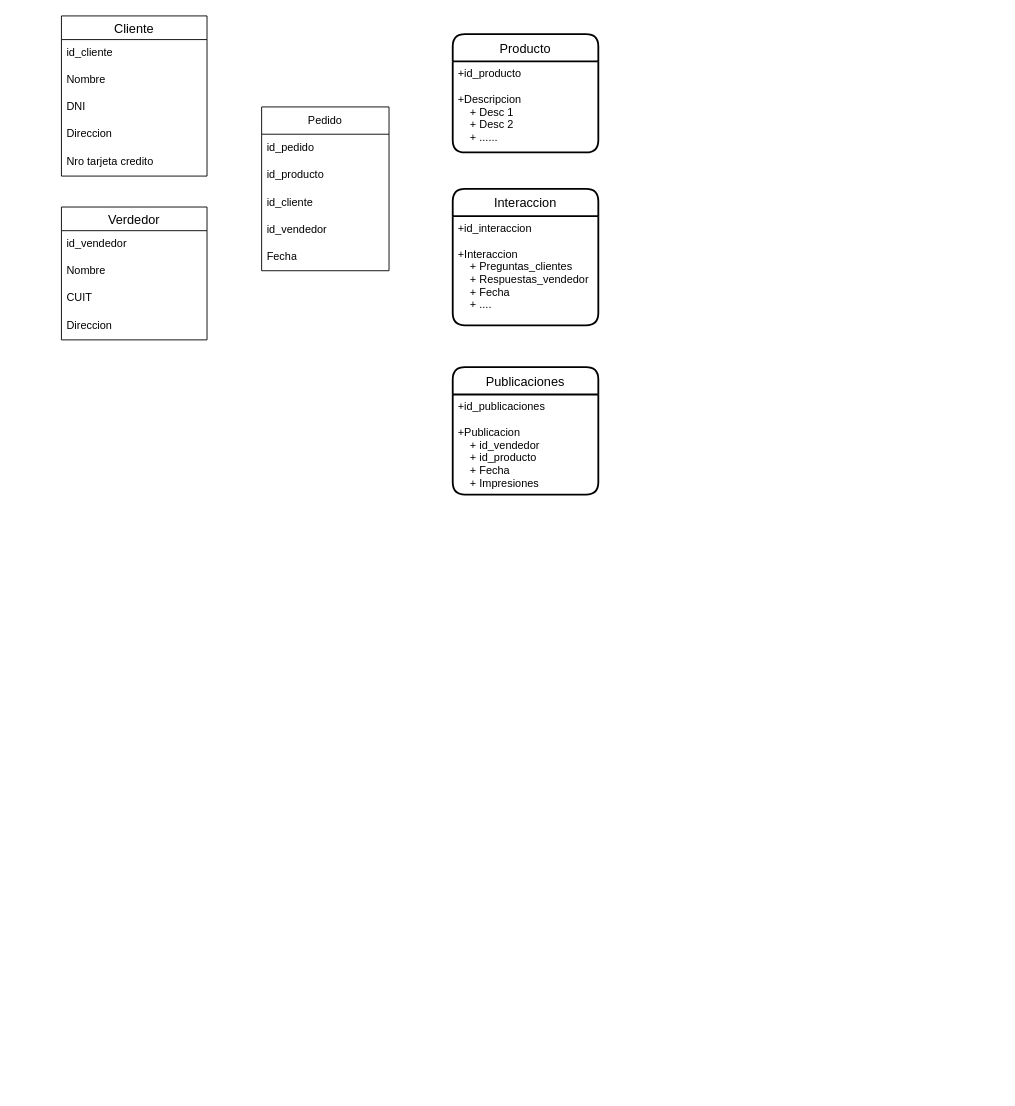
Before: page "Página-1" (1 of 2) of diagrama_e-commerce.drawio in lrivela/tp-bdia, a draw.io diagram. Source tidied: cells renumbered, new cells numbered last; positions are measured from the earlier drawing's top-left corner, leaving out a move shared by most shapes. Both pictures are drawn from the tidied source at 91%, with x=0, y=0 at pixel (61, 15).
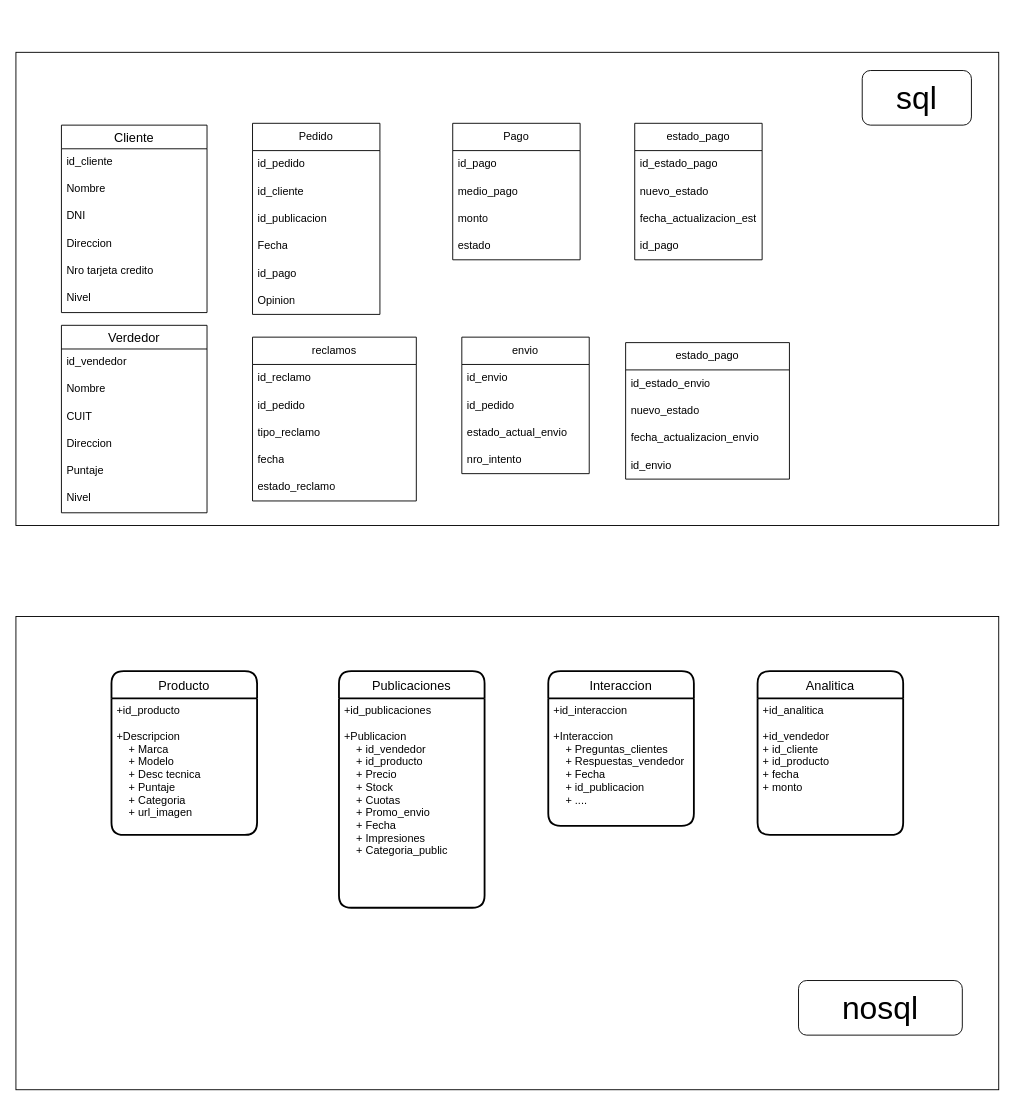
Above is the later version.

Commit message:
Diagrama tablas

The edit, as a diff of the source:
```diff
@@
+    <mxCell id="25" style="whiteSpace=wrap;html=1;fontSize=35;" parent="1" vertex="1">
+      <mxGeometry x="-50" y="660" width="1080" height="520" as="geometry" />
+    </mxCell>
+    <mxCell id="26" style="whiteSpace=wrap;html=1;fontSize=35;align=right;" parent="1" vertex="1">
+      <mxGeometry x="-50" y="40" width="1080" height="520" as="geometry" />
+    </mxCell>
     <mxCell id="2" value="Cliente" style="swimlane;fontStyle=0;horizontal=1;startSize=26;align=center;fontSize=14;" parent="1" vertex="1">
-      <mxGeometry width="160" height="176" as="geometry" />
+      <mxGeometry y="120" width="160" height="206" as="geometry" />
     </mxCell>
@@
+    <mxCell id="27" value="Nivel" style="text;strokeColor=none;fillColor=none;spacingLeft=4;spacingRight=4;overflow=hidden;fontSize=12;" parent="2" vertex="1">
+      <mxGeometry y="176" width="160" height="30" as="geometry" />
+    </mxCell>
     <mxCell id="8" value="Pedido" style="swimlane;fontStyle=0;horizontal=1;startSize=30;whiteSpace=wrap;html=1;" parent="1" vertex="1">
-      <mxGeometry x="220" y="100" width="140" height="180" as="geometry" />
+      <mxGeometry x="210" y="118" width="140" height="210" as="geometry" />
     </mxCell>
@@
-    <mxCell id="10" value="id_producto" style="text;strokeColor=none;fillColor=none;align=left;verticalAlign=middle;spacingLeft=4;spacingRight=4;overflow=hidden;whiteSpace=wrap;html=1;" parent="8" vertex="1">
-      <mxGeometry y="60" width="140" height="30" as="geometry" />
-    </mxCell>
     <mxCell id="11" value="id_cliente" style="text;strokeColor=none;fillColor=none;align=left;verticalAlign=middle;spacingLeft=4;spacingRight=4;overflow=hidden;whiteSpace=wrap;html=1;" parent="8" vertex="1">
-      <mxGeometry y="90" width="140" height="30" as="geometry" />
+      <mxGeometry y="60" width="140" height="30" as="geometry" />
     </mxCell>
-    <mxCell id="12" value="id_vendedor" style="text;strokeColor=none;fillColor=none;align=left;verticalAlign=middle;spacingLeft=4;spacingRight=4;overflow=hidden;whiteSpace=wrap;html=1;" parent="8" vertex="1">
-      <mxGeometry y="120" width="140" height="30" as="geometry" />
-    </mxCell>
+    <mxCell id="28" value="id_publicacion" style="text;strokeColor=none;fillColor=none;align=left;verticalAlign=middle;spacingLeft=4;spacingRight=4;overflow=hidden;whiteSpace=wrap;html=1;" parent="8" vertex="1">
+      <mxGeometry y="90" width="140" height="30" as="geometry" />
+    </mxCell>
     <mxCell id="13" value="Fecha" style="text;strokeColor=none;fillColor=none;align=left;verticalAlign=middle;spacingLeft=4;spacingRight=4;overflow=hidden;whiteSpace=wrap;html=1;" parent="8" vertex="1">
-      <mxGeometry y="150" width="140" height="30" as="geometry" />
+      <mxGeometry y="120" width="140" height="30" as="geometry" />
     </mxCell>
+    <mxCell id="29" value="id_pago" style="text;strokeColor=none;fillColor=none;align=left;verticalAlign=middle;spacingLeft=4;spacingRight=4;overflow=hidden;whiteSpace=wrap;html=1;" parent="8" vertex="1">
+      <mxGeometry y="150" width="140" height="30" as="geometry" />
+    </mxCell>
+    <mxCell id="30" value="Opinion" style="text;strokeColor=none;fillColor=none;align=left;verticalAlign=middle;spacingLeft=4;spacingRight=4;overflow=hidden;whiteSpace=wrap;html=1;" parent="8" vertex="1">
+      <mxGeometry y="180" width="140" height="30" as="geometry" />
+    </mxCell>
     <mxCell id="14" value="Producto" style="swimlane;horizontal=1;startSize=30;rounded=1;fontSize=14;fontStyle=0;strokeWidth=2;shadow=0;dashed=0;align=center;" parent="1" vertex="1">
-      <mxGeometry x="430" y="20" width="160" height="130" as="geometry" />
+      <mxGeometry x="55" y="720" width="160" height="180" as="geometry" />
     </mxCell>
-    <mxCell id="15" value="+id_producto&#10;&#10;+Descripcion&#10;    + Desc 1&#10;    + Desc 2&#10;    + ......" style="align=left;strokeColor=none;fillColor=none;spacingLeft=4;fontSize=12;verticalAlign=top;" parent="14" vertex="1">
-      <mxGeometry y="30" width="160" height="100" as="geometry" />
+    <mxCell id="15" value="+id_producto&#10;&#10;+Descripcion&#10;    + Marca&#10;    + Modelo&#10;    + Desc tecnica&#10;    + Puntaje&#10;    + Categoria&#10;    + url_imagen&#10;   " style="align=left;strokeColor=none;fillColor=none;spacingLeft=4;fontSize=12;verticalAlign=top;" parent="14" vertex="1">
+      <mxGeometry y="30" width="160" height="150" as="geometry" />
     </mxCell>
     <mxCell id="16" value="Verdedor" style="swimlane;fontStyle=0;horizontal=1;startSize=26;align=center;fontSize=14;" parent="1" vertex="1">
-      <mxGeometry y="210" width="160" height="146" as="geometry" />
+      <mxGeometry y="340" width="160" height="206" as="geometry" />
     </mxCell>
@@
+    <mxCell id="31" value="Puntaje" style="text;strokeColor=none;fillColor=none;spacingLeft=4;spacingRight=4;overflow=hidden;fontSize=12;" parent="16" vertex="1">
+      <mxGeometry y="146" width="160" height="30" as="geometry" />
+    </mxCell>
+    <mxCell id="32" value="Nivel" style="text;strokeColor=none;fillColor=none;spacingLeft=4;spacingRight=4;overflow=hidden;fontSize=12;" parent="16" vertex="1">
+      <mxGeometry y="176" width="160" height="30" as="geometry" />
+    </mxCell>
     <mxCell id="21" value="Interaccion" style="swimlane;horizontal=1;startSize=30;rounded=1;fontSize=14;fontStyle=0;strokeWidth=2;shadow=0;dashed=0;align=center;" parent="1" vertex="1">
-      <mxGeometry x="430" y="190" width="160" height="150" as="geometry" />
+      <mxGeometry x="535" y="720" width="160" height="170" as="geometry" />
     </mxCell>
-    <mxCell id="22" value="+id_interaccion&#10;&#10;+Interaccion&#10;    + Preguntas_clientes&#10;    + Respuestas_vendedor&#10;    + Fecha&#10;    + ...." style="align=left;strokeColor=none;fillColor=none;spacingLeft=4;fontSize=12;verticalAlign=top;" parent="21" vertex="1">
-      <mxGeometry y="30" width="160" height="120" as="geometry" />
+    <mxCell id="22" value="+id_interaccion&#10;&#10;+Interaccion&#10;    + Preguntas_clientes&#10;    + Respuestas_vendedor&#10;    + Fecha&#10;    + id_publicacion&#10;    + ...." style="align=left;strokeColor=none;fillColor=none;spacingLeft=4;fontSize=12;verticalAlign=top;" parent="21" vertex="1">
+      <mxGeometry y="30" width="160" height="140" as="geometry" />
     </mxCell>
     <mxCell id="23" value="Publicaciones" style="swimlane;horizontal=1;startSize=30;rounded=1;fontSize=14;fontStyle=0;strokeWidth=2;shadow=0;dashed=0;align=center;" parent="1" vertex="1">
-      <mxGeometry x="430" y="386" width="160" height="140" as="geometry" />
+      <mxGeometry x="305" y="720" width="160" height="260" as="geometry" />
     </mxCell>
-    <mxCell id="24" value="+id_publicaciones&#10;&#10;+Publicacion&#10;    + id_vendedor&#10;    + id_producto&#10;    + Fecha&#10;    + Impresiones" style="align=left;strokeColor=none;fillColor=none;spacingLeft=4;fontSize=12;verticalAlign=top;" parent="23" vertex="1">
-      <mxGeometry y="30" width="160" height="110" as="geometry" />
+    <mxCell id="24" value="+id_publicaciones&#10;&#10;+Publicacion&#10;    + id_vendedor&#10;    + id_producto&#10;    + Precio&#10;    + Stock&#10;    + Cuotas&#10;    + Promo_envio&#10;    + Fecha&#10;    + Impresiones&#10;    + Categoria_public" style="align=left;strokeColor=none;fillColor=none;spacingLeft=4;fontSize=12;verticalAlign=top;" parent="23" vertex="1">
+      <mxGeometry y="30" width="160" height="230" as="geometry" />
     </mxCell>
+    <mxCell id="33" value="Analitica" style="swimlane;horizontal=1;startSize=30;rounded=1;fontSize=14;fontStyle=0;strokeWidth=2;shadow=0;dashed=0;align=center;" parent="1" vertex="1">
+      <mxGeometry x="765" y="720" width="160" height="180" as="geometry" />
+    </mxCell>
+    <mxCell id="34" value="+id_analitica&#10;&#10;+id_vendedor&#10;+ id_cliente&#10;+ id_producto&#10;+ fecha&#10;+ monto" style="align=left;strokeColor=none;fillColor=none;spacingLeft=4;fontSize=12;verticalAlign=top;" parent="33" vertex="1">
+      <mxGeometry y="30" width="160" height="150" as="geometry" />
+    </mxCell>
+    <mxCell id="35" value="Pago" style="swimlane;fontStyle=0;horizontal=1;startSize=30;whiteSpace=wrap;html=1;" parent="1" vertex="1">
+      <mxGeometry x="430" y="118" width="140" height="150" as="geometry" />
+    </mxCell>
+    <mxCell id="36" value="id_pago" style="text;strokeColor=none;fillColor=none;align=left;verticalAlign=middle;spacingLeft=4;spacingRight=4;overflow=hidden;whiteSpace=wrap;html=1;" parent="35" vertex="1">
+      <mxGeometry y="30" width="140" height="30" as="geometry" />
+    </mxCell>
+    <mxCell id="37" value="medio_pago" style="text;strokeColor=none;fillColor=none;align=left;verticalAlign=middle;spacingLeft=4;spacingRight=4;overflow=hidden;whiteSpace=wrap;html=1;" parent="35" vertex="1">
+      <mxGeometry y="60" width="140" height="30" as="geometry" />
+    </mxCell>
+    <mxCell id="38" value="monto" style="text;strokeColor=none;fillColor=none;align=left;verticalAlign=middle;spacingLeft=4;spacingRight=4;overflow=hidden;whiteSpace=wrap;html=1;" parent="35" vertex="1">
+      <mxGeometry y="90" width="140" height="30" as="geometry" />
+    </mxCell>
+    <mxCell id="39" value="estado" style="text;strokeColor=none;fillColor=none;align=left;verticalAlign=middle;spacingLeft=4;spacingRight=4;overflow=hidden;whiteSpace=wrap;html=1;" parent="35" vertex="1">
+      <mxGeometry y="120" width="140" height="30" as="geometry" />
+    </mxCell>
+    <mxCell id="40" value="estado_pago" style="swimlane;fontStyle=0;horizontal=1;startSize=30;whiteSpace=wrap;html=1;" parent="1" vertex="1">
+      <mxGeometry x="630" y="118" width="140" height="150" as="geometry" />
+    </mxCell>
+    <mxCell id="41" value="id_estado_pago" style="text;strokeColor=none;fillColor=none;align=left;verticalAlign=middle;spacingLeft=4;spacingRight=4;overflow=hidden;whiteSpace=wrap;html=1;" parent="40" vertex="1">
+      <mxGeometry y="30" width="140" height="30" as="geometry" />
+    </mxCell>
+    <mxCell id="42" value="nuevo_estado" style="text;strokeColor=none;fillColor=none;align=left;verticalAlign=middle;spacingLeft=4;spacingRight=4;overflow=hidden;whiteSpace=wrap;html=1;" parent="40" vertex="1">
+      <mxGeometry y="60" width="140" height="30" as="geometry" />
+    </mxCell>
+    <mxCell id="43" value="fecha_actualizacion_est" style="text;strokeColor=none;fillColor=none;align=left;verticalAlign=middle;spacingLeft=4;spacingRight=4;overflow=hidden;whiteSpace=wrap;html=1;" parent="40" vertex="1">
+      <mxGeometry y="90" width="140" height="30" as="geometry" />
+    </mxCell>
+    <mxCell id="44" value="id_pago" style="text;strokeColor=none;fillColor=none;align=left;verticalAlign=middle;spacingLeft=4;spacingRight=4;overflow=hidden;whiteSpace=wrap;html=1;" parent="40" vertex="1">
+      <mxGeometry y="120" width="140" height="30" as="geometry" />
+    </mxCell>
+    <mxCell id="45" value="envio" style="swimlane;fontStyle=0;horizontal=1;startSize=30;whiteSpace=wrap;html=1;" parent="1" vertex="1">
+      <mxGeometry x="440" y="353" width="140" height="150" as="geometry" />
+    </mxCell>
+    <mxCell id="46" value="id_envio" style="text;strokeColor=none;fillColor=none;align=left;verticalAlign=middle;spacingLeft=4;spacingRight=4;overflow=hidden;whiteSpace=wrap;html=1;" parent="45" vertex="1">
+      <mxGeometry y="30" width="140" height="30" as="geometry" />
+    </mxCell>
+    <mxCell id="47" value="id_pedido" style="text;strokeColor=none;fillColor=none;align=left;verticalAlign=middle;spacingLeft=4;spacingRight=4;overflow=hidden;whiteSpace=wrap;html=1;" parent="45" vertex="1">
+      <mxGeometry y="60" width="140" height="30" as="geometry" />
+    </mxCell>
+    <mxCell id="48" value="estado_actual_envio" style="text;strokeColor=none;fillColor=none;align=left;verticalAlign=middle;spacingLeft=4;spacingRight=4;overflow=hidden;whiteSpace=wrap;html=1;" parent="45" vertex="1">
+      <mxGeometry y="90" width="140" height="30" as="geometry" />
+    </mxCell>
+    <mxCell id="49" value="nro_intento" style="text;strokeColor=none;fillColor=none;align=left;verticalAlign=middle;spacingLeft=4;spacingRight=4;overflow=hidden;whiteSpace=wrap;html=1;" parent="45" vertex="1">
+      <mxGeometry y="120" width="140" height="30" as="geometry" />
+    </mxCell>
+    <mxCell id="50" value="estado_pago" style="swimlane;fontStyle=0;horizontal=1;startSize=30;whiteSpace=wrap;html=1;" parent="1" vertex="1">
+      <mxGeometry x="620" y="359" width="180" height="150" as="geometry" />
+    </mxCell>
+    <mxCell id="51" value="id_estado_envio" style="text;strokeColor=none;fillColor=none;align=left;verticalAlign=middle;spacingLeft=4;spacingRight=4;overflow=hidden;whiteSpace=wrap;html=1;" parent="50" vertex="1">
+      <mxGeometry y="30" width="180" height="30" as="geometry" />
+    </mxCell>
+    <mxCell id="52" value="nuevo_estado" style="text;strokeColor=none;fillColor=none;align=left;verticalAlign=middle;spacingLeft=4;spacingRight=4;overflow=hidden;whiteSpace=wrap;html=1;" parent="50" vertex="1">
+      <mxGeometry y="60" width="180" height="30" as="geometry" />
+    </mxCell>
+    <mxCell id="53" value="fecha_actualizacion_envio" style="text;strokeColor=none;fillColor=none;align=left;verticalAlign=middle;spacingLeft=4;spacingRight=4;overflow=hidden;whiteSpace=wrap;html=1;" parent="50" vertex="1">
+      <mxGeometry y="90" width="180" height="30" as="geometry" />
+    </mxCell>
+    <mxCell id="54" value="id_envio" style="text;strokeColor=none;fillColor=none;align=left;verticalAlign=middle;spacingLeft=4;spacingRight=4;overflow=hidden;whiteSpace=wrap;html=1;" parent="50" vertex="1">
+      <mxGeometry y="120" width="180" height="30" as="geometry" />
+    </mxCell>
+    <mxCell id="55" value="reclamos" style="swimlane;fontStyle=0;horizontal=1;startSize=30;whiteSpace=wrap;html=1;" parent="1" vertex="1">
+      <mxGeometry x="210" y="353" width="180" height="180" as="geometry" />
+    </mxCell>
+    <mxCell id="56" value="id_reclamo" style="text;strokeColor=none;fillColor=none;align=left;verticalAlign=middle;spacingLeft=4;spacingRight=4;overflow=hidden;whiteSpace=wrap;html=1;" parent="55" vertex="1">
+      <mxGeometry y="30" width="180" height="30" as="geometry" />
+    </mxCell>
+    <mxCell id="57" value="id_pedido" style="text;strokeColor=none;fillColor=none;align=left;verticalAlign=middle;spacingLeft=4;spacingRight=4;overflow=hidden;whiteSpace=wrap;html=1;" parent="55" vertex="1">
+      <mxGeometry y="60" width="180" height="30" as="geometry" />
+    </mxCell>
+    <mxCell id="58" value="tipo_reclamo" style="text;strokeColor=none;fillColor=none;align=left;verticalAlign=middle;spacingLeft=4;spacingRight=4;overflow=hidden;whiteSpace=wrap;html=1;" parent="55" vertex="1">
+      <mxGeometry y="90" width="180" height="30" as="geometry" />
+    </mxCell>
+    <mxCell id="59" value="fecha" style="text;strokeColor=none;fillColor=none;align=left;verticalAlign=middle;spacingLeft=4;spacingRight=4;overflow=hidden;whiteSpace=wrap;html=1;" parent="55" vertex="1">
+      <mxGeometry y="120" width="180" height="30" as="geometry" />
+    </mxCell>
+    <mxCell id="60" value="estado_reclamo" style="text;strokeColor=none;fillColor=none;align=left;verticalAlign=middle;spacingLeft=4;spacingRight=4;overflow=hidden;whiteSpace=wrap;html=1;" parent="55" vertex="1">
+      <mxGeometry y="150" width="180" height="30" as="geometry" />
+    </mxCell>
+    <mxCell id="61" value="sql" style="rounded=1;whiteSpace=wrap;html=1;fontSize=35;" parent="1" vertex="1">
+      <mxGeometry x="880" y="60" width="120" height="60" as="geometry" />
+    </mxCell>
+    <mxCell id="62" value="nosql" style="rounded=1;whiteSpace=wrap;html=1;fontSize=35;" parent="1" vertex="1">
+      <mxGeometry x="810" y="1060" width="180" height="60" as="geometry" />
+    </mxCell>
```
